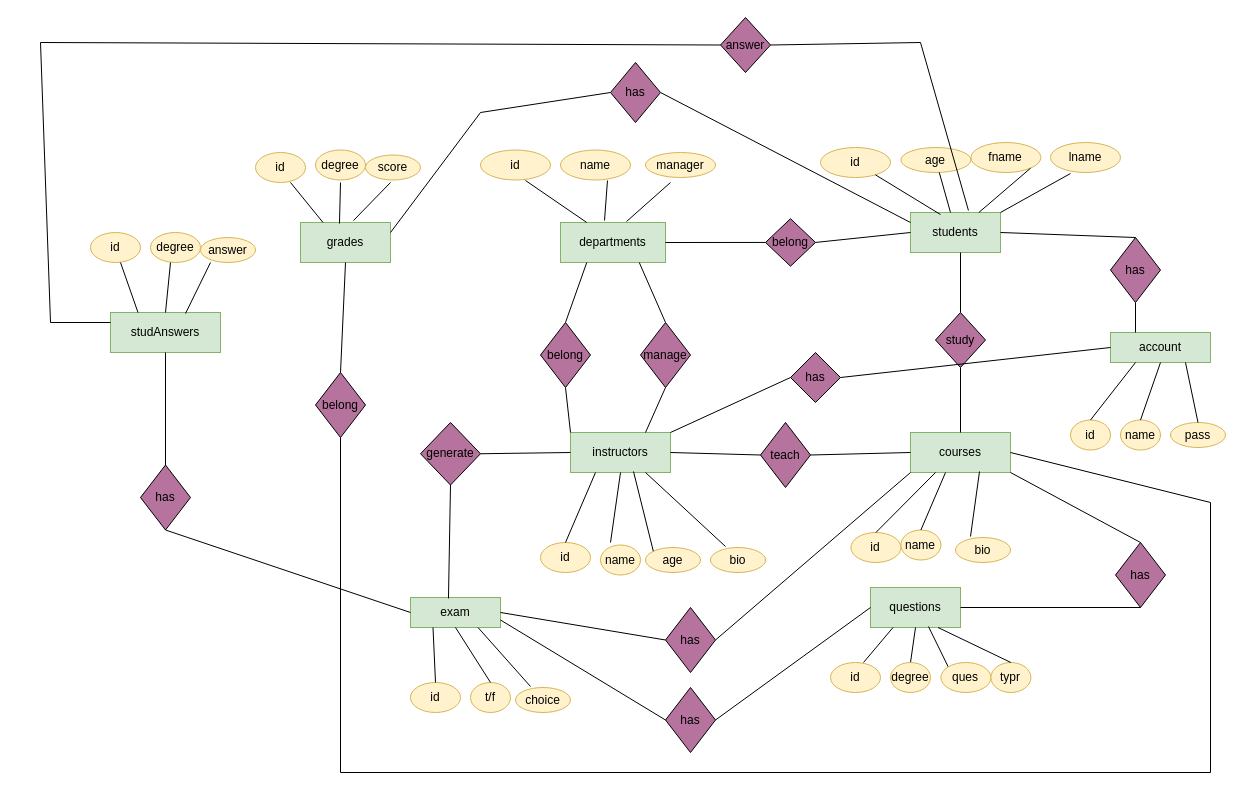
Earlier version of the draw.io diagram SQL.drawio (Elham595/automatic-rotary-phone). Source tidied: cells renumbered, new cells numbered last; positions are measured from the earlier drawing's top-left corner, leaving out a move shared by most shapes. Both pictures are drawn from the tidied source at 100%, with x=0, y=0 at pixel (40, 17).
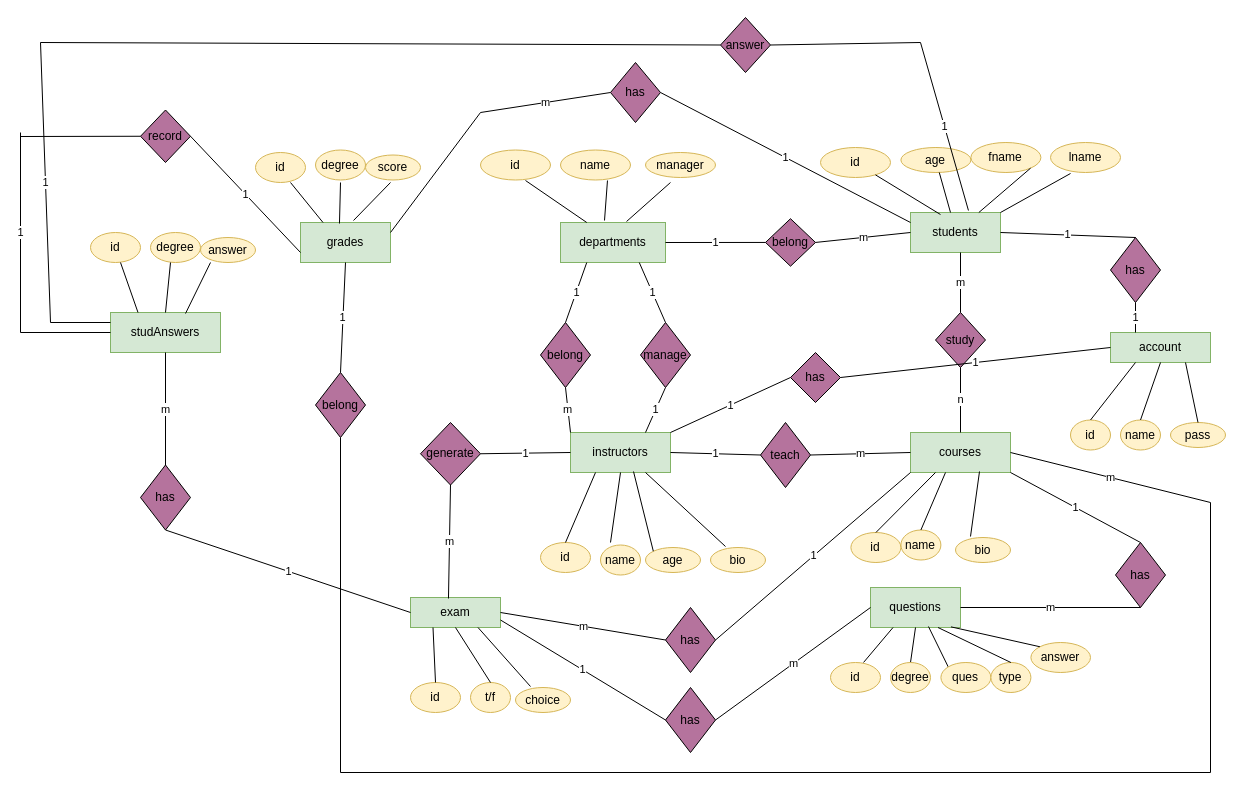
The same diagram, later.

The change refers to these unchanged cells:
```xml
<mxCell id="2" value="students" style="rounded=0;whiteSpace=wrap;html=1;fillColor=#d5e8d4;strokeColor=#82b366;" parent="1" vertex="1">
  <mxGeometry x="870" y="195" width="90" height="40" as="geometry" />
</mxCell>
<mxCell id="3" value="departments" style="rounded=0;whiteSpace=wrap;html=1;fillColor=#d5e8d4;strokeColor=#82b366;" parent="1" vertex="1">
  <mxGeometry x="520" y="205" width="105" height="40" as="geometry" />
</mxCell>
<mxCell id="4" value="courses" style="rounded=0;whiteSpace=wrap;html=1;fillColor=#d5e8d4;strokeColor=#82b366;" parent="1" vertex="1">
  <mxGeometry x="870" y="415" width="100" height="40" as="geometry" />
</mxCell>
<mxCell id="5" value="instructors" style="rounded=0;whiteSpace=wrap;html=1;fillColor=#d5e8d4;strokeColor=#82b366;" parent="1" vertex="1">
  <mxGeometry x="530" y="415" width="100" height="40" as="geometry" />
</mxCell>
<mxCell id="6" value="questions" style="rounded=0;whiteSpace=wrap;html=1;fillColor=#d5e8d4;strokeColor=#82b366;" parent="1" vertex="1">
  <mxGeometry x="830" y="570" width="90" height="40" as="geometry" />
</mxCell>
<mxCell id="7" value="grades" style="rounded=0;whiteSpace=wrap;html=1;fillColor=#d5e8d4;strokeColor=#82b366;" parent="1" vertex="1">
  <mxGeometry x="260" y="205" width="90" height="40" as="geometry" />
</mxCell>
<mxCell id="8" value="exam" style="rounded=0;whiteSpace=wrap;html=1;fillColor=#d5e8d4;strokeColor=#82b366;" parent="1" vertex="1">
  <mxGeometry x="370" y="580" width="90" height="30" as="geometry" />
</mxCell>
<mxCell id="9" value="account" style="rounded=0;whiteSpace=wrap;html=1;fillColor=#d5e8d4;strokeColor=#82b366;" parent="1" vertex="1">
  <mxGeometry x="1070" y="315" width="100" height="30" as="geometry" />
</mxCell>
<mxCell id="58" value="studAnswers" style="rounded=0;whiteSpace=wrap;html=1;fillColor=#d5e8d4;strokeColor=#82b366;" parent="1" vertex="1">
  <mxGeometry x="70" y="295" width="110" height="40" as="geometry" />
</mxCell>
<mxCell id="71" value="study" style="rhombus;whiteSpace=wrap;html=1;fillColor=#B5739D;" parent="1" vertex="1">
  <mxGeometry x="895" y="295" width="50" height="55" as="geometry" />
</mxCell>
<mxCell id="72" value="teach" style="rhombus;whiteSpace=wrap;html=1;fillColor=#B5739D;" parent="1" vertex="1">
  <mxGeometry x="720" y="405" width="50" height="65" as="geometry" />
</mxCell>
<mxCell id="73" value="belong" style="rhombus;whiteSpace=wrap;html=1;fillColor=#B5739D;" parent="1" vertex="1">
  <mxGeometry x="500" y="305" width="50" height="65" as="geometry" />
</mxCell>
<mxCell id="74" value="belong" style="rhombus;whiteSpace=wrap;html=1;fillColor=#B5739D;" parent="1" vertex="1">
  <mxGeometry x="725" y="201.2" width="50" height="47.5" as="geometry" />
</mxCell>
<mxCell id="75" value="has" style="rhombus;whiteSpace=wrap;html=1;fillColor=#B5739D;" parent="1" vertex="1">
  <mxGeometry x="1070" y="220" width="50" height="65" as="geometry" />
</mxCell>
<mxCell id="76" value="has" style="rhombus;whiteSpace=wrap;html=1;fillColor=#B5739D;" parent="1" vertex="1">
  <mxGeometry x="625" y="670" width="50" height="65" as="geometry" />
</mxCell>
<mxCell id="77" value="has" style="rhombus;whiteSpace=wrap;html=1;fillColor=#B5739D;" parent="1" vertex="1">
  <mxGeometry x="625" y="590" width="50" height="65" as="geometry" />
</mxCell>
<mxCell id="78" value="has" style="rhombus;whiteSpace=wrap;html=1;fillColor=#B5739D;" parent="1" vertex="1">
  <mxGeometry x="1075" y="525" width="50" height="65" as="geometry" />
</mxCell>
<mxCell id="99" value="manage" style="rhombus;whiteSpace=wrap;html=1;fillColor=#B5739D;" parent="1" vertex="1">
  <mxGeometry x="600" y="305" width="50" height="65" as="geometry" />
</mxCell>
<mxCell id="100" value="generate" style="rhombus;whiteSpace=wrap;html=1;fillColor=#B5739D;" parent="1" vertex="1">
  <mxGeometry x="380" y="405" width="60" height="62.5" as="geometry" />
</mxCell>
<mxCell id="101" value="has" style="rhombus;whiteSpace=wrap;html=1;fillColor=#B5739D;" parent="1" vertex="1">
  <mxGeometry x="750" y="335" width="50" height="50" as="geometry" />
</mxCell>
<mxCell id="103" value="has" style="rhombus;whiteSpace=wrap;html=1;fillColor=#B5739D;" parent="1" vertex="1">
  <mxGeometry x="570" y="45" width="50" height="60" as="geometry" />
</mxCell>
<mxCell id="110" value="has" style="rhombus;whiteSpace=wrap;html=1;fillColor=#B5739D;" parent="1" vertex="1">
  <mxGeometry x="100" y="447.5" width="50" height="65" as="geometry" />
</mxCell>
<mxCell id="111" value="belong" style="rhombus;whiteSpace=wrap;html=1;fillColor=#B5739D;" parent="1" vertex="1">
  <mxGeometry x="275" y="355" width="50" height="65" as="geometry" />
</mxCell>
```

What changed in the source:
```diff
@@
-    <mxCell id="56" value="typr" style="ellipse;whiteSpace=wrap;html=1;fillColor=#fff2cc;strokeColor=#d6b656;" parent="1" vertex="1">
+    <mxCell id="56" value="type" style="ellipse;whiteSpace=wrap;html=1;fillColor=#fff2cc;strokeColor=#d6b656;" parent="1" vertex="1">
       <mxGeometry x="950.4" y="645" width="40" height="30" as="geometry" />
     </mxCell>
@@
-    <mxCell id="79" style="endArrow=none;html=1;rounded=0;exitX=0.5;exitY=0;exitDx=0;exitDy=0;" parent="1" edge="1" source="71">
+    <mxCell id="79" value="m" style="endArrow=none;html=1;rounded=0;exitX=0.5;exitY=0;exitDx=0;exitDy=0;" parent="1" edge="1" source="71">
       <mxGeometry relative="1" as="geometry">
         <mxPoint x="920" y="235" as="targetPoint" />
       </mxGeometry>
     </mxCell>
-    <mxCell id="80" style="endArrow=none;html=1;rounded=0;entryX=0;entryY=0.5;entryDx=0;entryDy=0;exitX=1;exitY=0.5;exitDx=0;exitDy=0;" parent="1" edge="1" source="74" target="2">
+    <mxCell id="80" value="m" style="endArrow=none;html=1;rounded=0;entryX=0;entryY=0.5;entryDx=0;entryDy=0;exitX=1;exitY=0.5;exitDx=0;exitDy=0;" parent="1" edge="1" source="74" target="2">
       <mxGeometry relative="1" as="geometry" />
     </mxCell>
-    <mxCell id="81" style="endArrow=none;html=1;rounded=0;entryX=0;entryY=0.25;entryDx=0;entryDy=0;exitX=1;exitY=0.5;exitDx=0;exitDy=0;" parent="1" edge="1" source="103" target="2">
+    <mxCell id="81" value="1" style="endArrow=none;html=1;rounded=0;entryX=0;entryY=0.25;entryDx=0;entryDy=0;exitX=1;exitY=0.5;exitDx=0;exitDy=0;" parent="1" edge="1" source="103" target="2">
       <mxGeometry relative="1" as="geometry" />
     </mxCell>
-    <mxCell id="82" style="endArrow=none;html=1;rounded=0;entryX=0;entryY=0.5;entryDx=0;entryDy=0;exitX=1;exitY=0.5;exitDx=0;exitDy=0;" parent="1" edge="1" source="3" target="74">
+    <mxCell id="82" value="1" style="endArrow=none;html=1;rounded=0;entryX=0;entryY=0.5;entryDx=0;entryDy=0;exitX=1;exitY=0.5;exitDx=0;exitDy=0;" parent="1" edge="1" source="3" target="74">
       <mxGeometry relative="1" as="geometry" />
     </mxCell>
-    <mxCell id="83" style="endArrow=none;html=1;rounded=0;entryX=0;entryY=0.5;entryDx=0;entryDy=0;" parent="1" edge="1" target="103">
+    <mxCell id="83" value="m" style="endArrow=none;html=1;rounded=0;entryX=0;entryY=0.5;entryDx=0;entryDy=0;" parent="1" edge="1" target="103">
       <mxGeometry relative="1" as="geometry">
         <mxPoint x="440" y="95" as="sourcePoint" />
       </mxGeometry>
     </mxCell>
-    <mxCell id="84" style="endArrow=none;html=1;rounded=0;entryX=0.5;entryY=1;entryDx=0;entryDy=0;exitX=0.25;exitY=0;exitDx=0;exitDy=0;" parent="1" edge="1" source="9" target="75">
+    <mxCell id="84" value="1" style="endArrow=none;html=1;rounded=0;entryX=0.5;entryY=1;entryDx=0;entryDy=0;exitX=0.25;exitY=0;exitDx=0;exitDy=0;" parent="1" edge="1" source="9" target="75">
       <mxGeometry relative="1" as="geometry" />
     </mxCell>
-    <mxCell id="85" style="endArrow=none;html=1;rounded=0;entryX=1;entryY=0.5;entryDx=0;entryDy=0;exitX=0.5;exitY=0;exitDx=0;exitDy=0;" parent="1" edge="1" source="75" target="2">
+    <mxCell id="85" value="1" style="endArrow=none;html=1;rounded=0;entryX=1;entryY=0.5;entryDx=0;entryDy=0;exitX=0.5;exitY=0;exitDx=0;exitDy=0;" parent="1" edge="1" source="75" target="2">
       <mxGeometry relative="1" as="geometry" />
     </mxCell>
-    <mxCell id="86" style="endArrow=none;html=1;rounded=0;entryX=0.5;entryY=1;entryDx=0;entryDy=0;exitX=0.5;exitY=0;exitDx=0;exitDy=0;" parent="1" edge="1" source="4" target="71">
+    <mxCell id="86" value="n" style="endArrow=none;html=1;rounded=0;entryX=0.5;entryY=1;entryDx=0;entryDy=0;exitX=0.5;exitY=0;exitDx=0;exitDy=0;" parent="1" edge="1" source="4" target="71">
       <mxGeometry relative="1" as="geometry" />
     </mxCell>
@@
-    <mxCell id="89" style="endArrow=none;html=1;rounded=0;exitX=0.644;exitY=-0.05;exitDx=0;exitDy=0;exitPerimeter=0;" parent="1" edge="1" source="2">
+    <mxCell id="89" value="1" style="endArrow=none;html=1;rounded=0;exitX=0.644;exitY=-0.05;exitDx=0;exitDy=0;exitPerimeter=0;" parent="1" edge="1" source="2">
       <mxGeometry relative="1" as="geometry">
         <mxPoint x="880" y="25" as="targetPoint" />
       </mxGeometry>
     </mxCell>
@@
-    <mxCell id="91" style="endArrow=none;html=1;rounded=0;" parent="1" edge="1">
+    <mxCell id="91" value="1" style="endArrow=none;html=1;rounded=0;" parent="1" edge="1">
       <mxGeometry relative="1" as="geometry">
         <mxPoint x="10" y="305" as="sourcePoint" />
         <mxPoint y="25" as="targetPoint" />
       </mxGeometry>
     </mxCell>
@@
-    <mxCell id="93" style="endArrow=none;html=1;rounded=0;entryX=1;entryY=0.5;entryDx=0;entryDy=0;exitX=0;exitY=0.5;exitDx=0;exitDy=0;" parent="1" edge="1" source="4" target="72">
+    <mxCell id="93" value="m" style="endArrow=none;html=1;rounded=0;entryX=1;entryY=0.5;entryDx=0;entryDy=0;exitX=0;exitY=0.5;exitDx=0;exitDy=0;" parent="1" edge="1" source="4" target="72">
       <mxGeometry relative="1" as="geometry" />
     </mxCell>
-    <mxCell id="94" style="endArrow=none;html=1;rounded=0;entryX=0;entryY=0.5;entryDx=0;entryDy=0;exitX=1;exitY=0.5;exitDx=0;exitDy=0;" parent="1" edge="1" source="5" target="72">
+    <mxCell id="94" value="1" style="endArrow=none;html=1;rounded=0;entryX=0;entryY=0.5;entryDx=0;entryDy=0;exitX=1;exitY=0.5;exitDx=0;exitDy=0;" parent="1" edge="1" source="5" target="72">
       <mxGeometry relative="1" as="geometry" />
     </mxCell>
-    <mxCell id="95" style="endArrow=none;html=1;rounded=0;entryX=0.5;entryY=1;entryDx=0;entryDy=0;exitX=0.75;exitY=0;exitDx=0;exitDy=0;" parent="1" edge="1" source="5" target="99">
+    <mxCell id="95" value="1" style="endArrow=none;html=1;rounded=0;entryX=0.5;entryY=1;entryDx=0;entryDy=0;exitX=0.75;exitY=0;exitDx=0;exitDy=0;" parent="1" edge="1" source="5" target="99">
       <mxGeometry relative="1" as="geometry" />
     </mxCell>
-    <mxCell id="96" style="endArrow=none;html=1;rounded=0;entryX=0.25;entryY=1;entryDx=0;entryDy=0;exitX=0.5;exitY=0;exitDx=0;exitDy=0;" parent="1" edge="1" source="73" target="3">
+    <mxCell id="96" value="1" style="endArrow=none;html=1;rounded=0;entryX=0.25;entryY=1;entryDx=0;entryDy=0;exitX=0.5;exitY=0;exitDx=0;exitDy=0;" parent="1" edge="1" source="73" target="3">
       <mxGeometry relative="1" as="geometry" />
     </mxCell>
-    <mxCell id="97" style="endArrow=none;html=1;rounded=0;entryX=0.75;entryY=1;entryDx=0;entryDy=0;exitX=0.5;exitY=0;exitDx=0;exitDy=0;" parent="1" edge="1" source="99" target="3">
+    <mxCell id="97" value="1" style="endArrow=none;html=1;rounded=0;entryX=0.75;entryY=1;entryDx=0;entryDy=0;exitX=0.5;exitY=0;exitDx=0;exitDy=0;" parent="1" edge="1" source="99" target="3">
       <mxGeometry relative="1" as="geometry" />
     </mxCell>
-    <mxCell id="98" style="endArrow=none;html=1;rounded=0;entryX=0.5;entryY=1;entryDx=0;entryDy=0;exitX=0;exitY=0;exitDx=0;exitDy=0;" parent="1" edge="1" source="5" target="73">
+    <mxCell id="98" value="m" style="endArrow=none;html=1;rounded=0;entryX=0.5;entryY=1;entryDx=0;entryDy=0;exitX=0;exitY=0;exitDx=0;exitDy=0;" parent="1" edge="1" source="5" target="73">
       <mxGeometry relative="1" as="geometry" />
     </mxCell>
@@
-    <mxCell id="104" style="endArrow=none;html=1;rounded=0;entryX=1;entryY=0.5;entryDx=0;entryDy=0;exitX=0;exitY=0.5;exitDx=0;exitDy=0;" parent="1" edge="1" source="5" target="100">
+    <mxCell id="104" value="1" style="endArrow=none;html=1;rounded=0;entryX=1;entryY=0.5;entryDx=0;entryDy=0;exitX=0;exitY=0.5;exitDx=0;exitDy=0;" parent="1" edge="1" source="5" target="100">
       <mxGeometry relative="1" as="geometry" />
     </mxCell>
-    <mxCell id="105" style="endArrow=none;html=1;rounded=0;entryX=0;entryY=0.5;entryDx=0;entryDy=0;exitX=1;exitY=0;exitDx=0;exitDy=0;" parent="1" edge="1" source="5" target="101">
+    <mxCell id="105" value="1" style="endArrow=none;html=1;rounded=0;entryX=0;entryY=0.5;entryDx=0;entryDy=0;exitX=1;exitY=0;exitDx=0;exitDy=0;" parent="1" edge="1" source="5" target="101">
       <mxGeometry relative="1" as="geometry" />
     </mxCell>
-    <mxCell id="106" style="endArrow=none;html=1;rounded=0;entryX=0.5;entryY=1;entryDx=0;entryDy=0;exitX=1;exitY=0.5;exitDx=0;exitDy=0;" parent="1" edge="1" source="6" target="78">
+    <mxCell id="106" value="m" style="endArrow=none;html=1;rounded=0;entryX=0.5;entryY=1;entryDx=0;entryDy=0;exitX=1;exitY=0.5;exitDx=0;exitDy=0;" parent="1" edge="1" source="6" target="78">
       <mxGeometry relative="1" as="geometry" />
     </mxCell>
-    <mxCell id="107" style="endArrow=none;html=1;rounded=0;entryX=0.5;entryY=1;entryDx=0;entryDy=0;exitX=0.422;exitY=0.033;exitDx=0;exitDy=0;exitPerimeter=0;" parent="1" edge="1" source="8" target="100">
+    <mxCell id="107" value="m" style="endArrow=none;html=1;rounded=0;entryX=0.5;entryY=1;entryDx=0;entryDy=0;exitX=0.422;exitY=0.033;exitDx=0;exitDy=0;exitPerimeter=0;" parent="1" edge="1" source="8" target="100">
       <mxGeometry relative="1" as="geometry" />
     </mxCell>
-    <mxCell id="108" style="endArrow=none;html=1;rounded=0;entryX=0;entryY=0.5;entryDx=0;entryDy=0;exitX=1;exitY=0.5;exitDx=0;exitDy=0;" parent="1" edge="1" source="101" target="9">
+    <mxCell id="108" value="1" style="endArrow=none;html=1;rounded=0;entryX=0;entryY=0.5;entryDx=0;entryDy=0;exitX=1;exitY=0.5;exitDx=0;exitDy=0;" parent="1" edge="1" source="101" target="9">
       <mxGeometry relative="1" as="geometry" />
     </mxCell>
-    <mxCell id="109" style="endArrow=none;html=1;rounded=0;entryX=1;entryY=1;entryDx=0;entryDy=0;exitX=0.5;exitY=0;exitDx=0;exitDy=0;" parent="1" edge="1" source="78" target="4">
+    <mxCell id="109" value="1" style="endArrow=none;html=1;rounded=0;entryX=1;entryY=1;entryDx=0;entryDy=0;exitX=0.5;exitY=0;exitDx=0;exitDy=0;" parent="1" edge="1" source="78" target="4">
       <mxGeometry relative="1" as="geometry" />
     </mxCell>
@@
-    <mxCell id="112" style="endArrow=none;html=1;rounded=0;entryX=0.5;entryY=1;entryDx=0;entryDy=0;exitX=0.5;exitY=0;exitDx=0;exitDy=0;" parent="1" edge="1" source="111" target="7">
+    <mxCell id="112" value="1" style="endArrow=none;html=1;rounded=0;entryX=0.5;entryY=1;entryDx=0;entryDy=0;exitX=0.5;exitY=0;exitDx=0;exitDy=0;" parent="1" edge="1" source="111" target="7">
       <mxGeometry relative="1" as="geometry" />
     </mxCell>
-    <mxCell id="113" style="endArrow=none;html=1;rounded=0;entryX=0;entryY=0.5;entryDx=0;entryDy=0;exitX=1;exitY=0.75;exitDx=0;exitDy=0;" parent="1" edge="1" source="8" target="76">
+    <mxCell id="113" value="1" style="endArrow=none;html=1;rounded=0;entryX=0;entryY=0.5;entryDx=0;entryDy=0;exitX=1;exitY=0.75;exitDx=0;exitDy=0;" parent="1" edge="1" source="8" target="76">
       <mxGeometry relative="1" as="geometry" />
     </mxCell>
-    <mxCell id="114" style="endArrow=none;html=1;rounded=0;entryX=0;entryY=0.5;entryDx=0;entryDy=0;exitX=1;exitY=0.5;exitDx=0;exitDy=0;" parent="1" edge="1" source="76" target="6">
+    <mxCell id="114" value="m" style="endArrow=none;html=1;rounded=0;entryX=0;entryY=0.5;entryDx=0;entryDy=0;exitX=1;exitY=0.5;exitDx=0;exitDy=0;" parent="1" edge="1" source="76" target="6">
       <mxGeometry relative="1" as="geometry" />
     </mxCell>
-    <mxCell id="115" style="endArrow=none;html=1;rounded=0;entryX=0;entryY=0.5;entryDx=0;entryDy=0;exitX=1;exitY=0.5;exitDx=0;exitDy=0;" parent="1" edge="1" source="8" target="77">
+    <mxCell id="115" value="m" style="endArrow=none;html=1;rounded=0;entryX=0;entryY=0.5;entryDx=0;entryDy=0;exitX=1;exitY=0.5;exitDx=0;exitDy=0;" parent="1" edge="1" source="8" target="77">
       <mxGeometry relative="1" as="geometry" />
     </mxCell>
-    <mxCell id="116" style="endArrow=none;html=1;rounded=0;entryX=0;entryY=1;entryDx=0;entryDy=0;exitX=1;exitY=0.5;exitDx=0;exitDy=0;" parent="1" edge="1" source="77" target="4">
+    <mxCell id="116" value="1" style="endArrow=none;html=1;rounded=0;entryX=0;entryY=1;entryDx=0;entryDy=0;exitX=1;exitY=0.5;exitDx=0;exitDy=0;" parent="1" edge="1" source="77" target="4">
       <mxGeometry relative="1" as="geometry" />
     </mxCell>
@@
-    <mxCell id="118" style="endArrow=none;html=1;rounded=0;entryX=0.5;entryY=1;entryDx=0;entryDy=0;exitX=0;exitY=0.5;exitDx=0;exitDy=0;" parent="1" edge="1" source="8" target="110">
+    <mxCell id="118" value="1" style="endArrow=none;html=1;rounded=0;entryX=0.5;entryY=1;entryDx=0;entryDy=0;exitX=0;exitY=0.5;exitDx=0;exitDy=0;" parent="1" edge="1" source="8" target="110">
       <mxGeometry relative="1" as="geometry" />
     </mxCell>
@@
-    <mxCell id="121" style="endArrow=none;html=1;rounded=0;entryX=0.5;entryY=1;entryDx=0;entryDy=0;exitX=0.5;exitY=0;exitDx=0;exitDy=0;" parent="1" edge="1" source="110" target="58">
+    <mxCell id="121" value="m" style="endArrow=none;html=1;rounded=0;entryX=0.5;entryY=1;entryDx=0;entryDy=0;exitX=0.5;exitY=0;exitDx=0;exitDy=0;" parent="1" edge="1" source="110" target="58">
       <mxGeometry relative="1" as="geometry" />
     </mxCell>
-    <mxCell id="122" style="endArrow=none;html=1;rounded=0;entryX=1;entryY=0.5;entryDx=0;entryDy=0;" parent="1" edge="1" target="4">
+    <mxCell id="122" value="m" style="endArrow=none;html=1;rounded=0;entryX=1;entryY=0.5;entryDx=0;entryDy=0;" parent="1" edge="1" target="4">
       <mxGeometry relative="1" as="geometry">
         <mxPoint x="1170" y="485" as="sourcePoint" />
       </mxGeometry>
     </mxCell>
+    <mxCell id="123" value="answer" style="ellipse;whiteSpace=wrap;html=1;fillColor=#fff2cc;strokeColor=#d6b656;" parent="1" vertex="1">
+      <mxGeometry x="990.4" y="625" width="59.6" height="30" as="geometry" />
+    </mxCell>
+    <mxCell id="124" style="endArrow=none;html=1;rounded=0;entryX=0.894;entryY=0.984;entryDx=0;entryDy=0;exitX=0;exitY=0;exitDx=0;exitDy=0;entryPerimeter=0;" parent="1" edge="1" source="123" target="6">
+      <mxGeometry relative="1" as="geometry" />
+    </mxCell>
+    <mxCell id="125" value="record" style="rhombus;whiteSpace=wrap;html=1;fillColor=#B5739D;" parent="1" vertex="1">
+      <mxGeometry x="100" y="92.5" width="50" height="52.5" as="geometry" />
+    </mxCell>
+    <mxCell id="126" style="endArrow=none;html=1;rounded=0;entryX=0;entryY=0.5;entryDx=0;entryDy=0;" parent="1" edge="1" target="125">
+      <mxGeometry relative="1" as="geometry">
+        <mxPoint x="-20" y="119" as="sourcePoint" />
+      </mxGeometry>
+    </mxCell>
+    <mxCell id="127" value="1" style="endArrow=none;html=1;rounded=0;exitX=0;exitY=0.75;exitDx=0;exitDy=0;entryX=1;entryY=0.5;entryDx=0;entryDy=0;" parent="1" edge="1" source="7" target="125">
+      <mxGeometry relative="1" as="geometry" />
+    </mxCell>
+    <mxCell id="128" style="endArrow=none;html=1;rounded=0;entryX=0;entryY=0.5;entryDx=0;entryDy=0;" parent="1" edge="1" target="58">
+      <mxGeometry relative="1" as="geometry">
+        <mxPoint x="-20" y="315" as="sourcePoint" />
+      </mxGeometry>
+    </mxCell>
+    <mxCell id="129" value="1" style="endArrow=none;html=1;rounded=0;" parent="1" edge="1">
+      <mxGeometry relative="1" as="geometry">
+        <mxPoint x="-20" y="315" as="sourcePoint" />
+        <mxPoint x="-20" y="115" as="targetPoint" />
+      </mxGeometry>
+    </mxCell>
```
